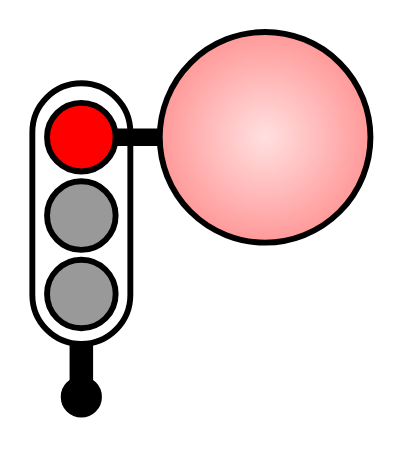
Above: assets/images/trafficlight-red-countdown.drawio in priobike/priobike-flutter-app (draw.io), before the change. Source tidied: cells renumbered, new cells numbered last; positions are measured from the earlier drawing's top-left corner, leaving out a move shared by most shapes. Both pictures are drawn from the tidied source at 196%, with x=0, y=0 at pixel (31, 31).
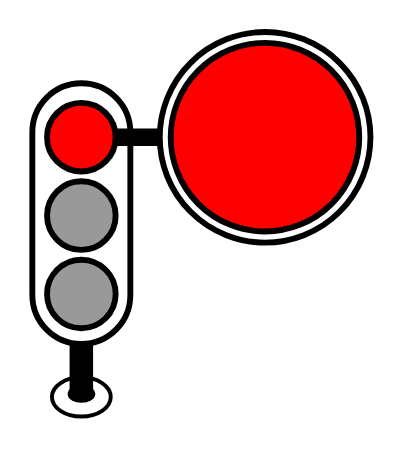
The same page after the edit.

Change to the diagram source:
```diff
@@
 <mxGraphModel>
   <root>
     <mxCell id="0" />
     <mxCell id="1" parent="0" />
     <mxCell id="2" style="rounded=1;whiteSpace=wrap;html=1;perimeterSpacing=0;arcSize=50;strokeWidth=3;" parent="1" vertex="1">
       <mxGeometry y="26" width="50" height="133" as="geometry" />
     </mxCell>
     <mxCell id="3" style="ellipse;whiteSpace=wrap;html=1;fillColor=#FF0000;fontColor=#333333;strokeColor=#000000;strokeWidth=3;" parent="1" vertex="1">
       <mxGeometry x="7.5" y="36" width="35" height="35" as="geometry" />
     </mxCell>
     <mxCell id="4" style="ellipse;whiteSpace=wrap;html=1;fillColor=#999999;fontColor=#333333;strokeColor=#000000;strokeWidth=3;" parent="1" vertex="1">
       <mxGeometry x="7.5" y="76" width="35" height="35" as="geometry" />
     </mxCell>
     <mxCell id="5" style="ellipse;whiteSpace=wrap;html=1;fillColor=#999999;fontColor=#333333;strokeColor=#000000;strokeWidth=3;shadow=0;" parent="1" vertex="1">
       <mxGeometry x="7.5" y="116" width="35" height="35" as="geometry" />
     </mxCell>
-    <mxCell id="6" style="endArrow=none;html=1;rounded=0;exitX=0.5;exitY=1;exitDx=0;exitDy=0;strokeWidth=12;" parent="1" edge="1" source="2">
-      <mxGeometry relative="1" as="geometry">
-        <mxPoint x="25" y="186" as="targetPoint" />
-      </mxGeometry>
-    </mxCell>
-    <mxCell id="7" style="ellipse;whiteSpace=wrap;html=1;fillColor=#000000;" parent="1" vertex="1">
-      <mxGeometry x="15" y="176" width="20" height="20" as="geometry" />
-    </mxCell>
-    <mxCell id="8" style="ellipse;whiteSpace=wrap;html=1;shadow=0;fillColor=#FFE0E0;gradientColor=#FF9999;gradientDirection=radial;strokeWidth=3;" parent="1" vertex="1">
+    <mxCell id="8" style="ellipse;whiteSpace=wrap;html=1;shadow=0;gradientDirection=radial;strokeWidth=3;" parent="1" vertex="1">
       <mxGeometry x="65" y="-0.2" width="107.5" height="107.5" as="geometry" />
     </mxCell>
     <mxCell id="9" style="endArrow=none;html=1;rounded=0;strokeWidth=9;" parent="1" edge="1" source="3" target="8">
       <mxGeometry relative="1" as="geometry" />
     </mxCell>
+    <mxCell id="10" style="ellipse;whiteSpace=wrap;html=1;shadow=0;fillColor=#FF0000;gradientColor=none;gradientDirection=radial;strokeWidth=3;" parent="1" vertex="1">
+      <mxGeometry x="70.6" y="5.4" width="96.2" height="96.2" as="geometry" />
+    </mxCell>
+    <mxCell id="11" style="ellipse;whiteSpace=wrap;html=1;strokeWidth=2;" parent="1" vertex="1">
+      <mxGeometry x="10" y="176" width="30" height="20" as="geometry" />
+    </mxCell>
+    <mxCell id="12" style="ellipse;whiteSpace=wrap;html=1;strokeWidth=3;strokeColor=none;fillColor=#000000;" parent="1" vertex="1">
+      <mxGeometry x="18" y="180" width="14.1" height="9" as="geometry" />
+    </mxCell>
+    <mxCell id="6" style="endArrow=none;html=1;rounded=0;exitX=0.5;exitY=1;exitDx=0;exitDy=0;strokeWidth=12;" parent="1" edge="1" source="2">
+      <mxGeometry relative="1" as="geometry">
+        <mxPoint x="25" y="186" as="targetPoint" />
+      </mxGeometry>
+    </mxCell>
   </root>
 </mxGraphModel>
```
